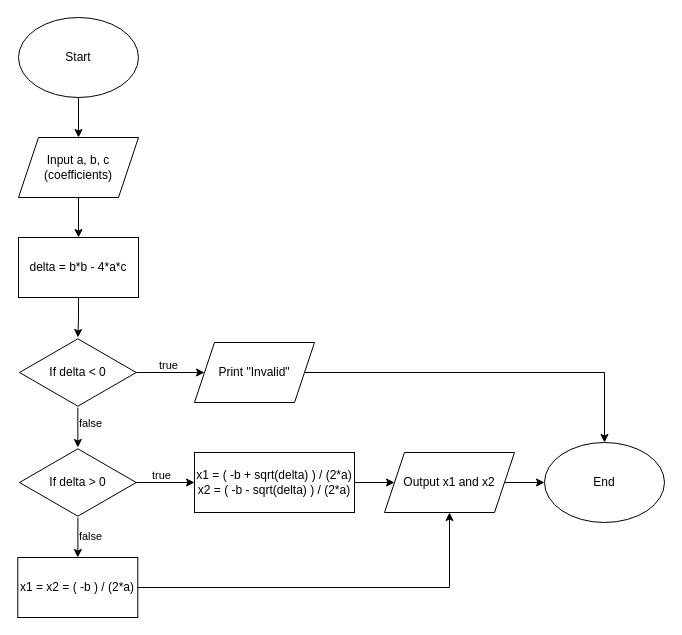
Above: page "Bài 4" (4 of 16) of drawio/Exercises_Week3-5.drawio in HerokeyVN/Temp (draw.io), before the change. Source tidied: cells renumbered, new cells numbered last; positions are measured from the earlier drawing's top-left corner, leaving out a move shared by most shapes. Both pictures are drawn from the tidied source at 100%, with x=0, y=0 at pixel (17, 17).
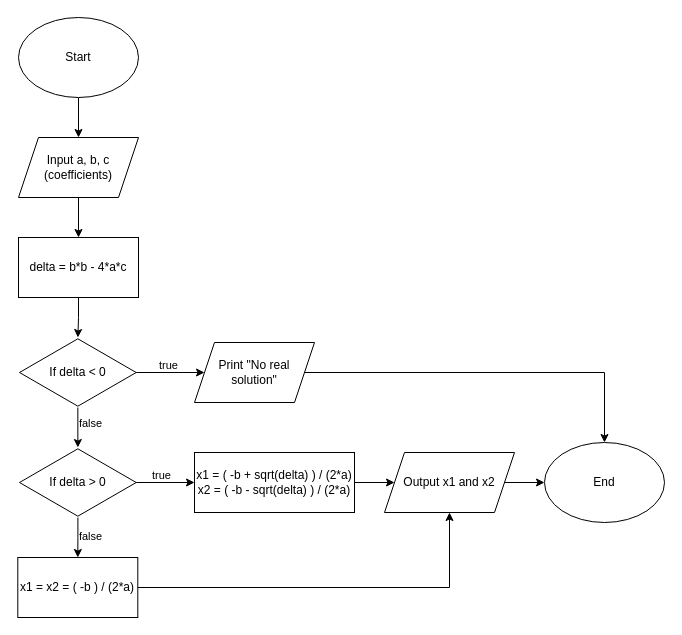
The same diagram, later.

Commit message:
Cập nhật Exercises_Week3-5.drawio

What changed in the source:
```diff
@@
-    <mxCell id="21" value="Print &quot;Invalid&quot;" style="shape=parallelogram;perimeter=parallelogramPerimeter;whiteSpace=wrap;html=1;fixedSize=1;" parent="1" vertex="1">
+    <mxCell id="21" value="Print &quot;No real solution&quot;" style="shape=parallelogram;perimeter=parallelogramPerimeter;whiteSpace=wrap;html=1;fixedSize=1;" parent="1" vertex="1">
       <mxGeometry x="177" y="325" width="120" height="60" as="geometry" />
     </mxCell>
```
